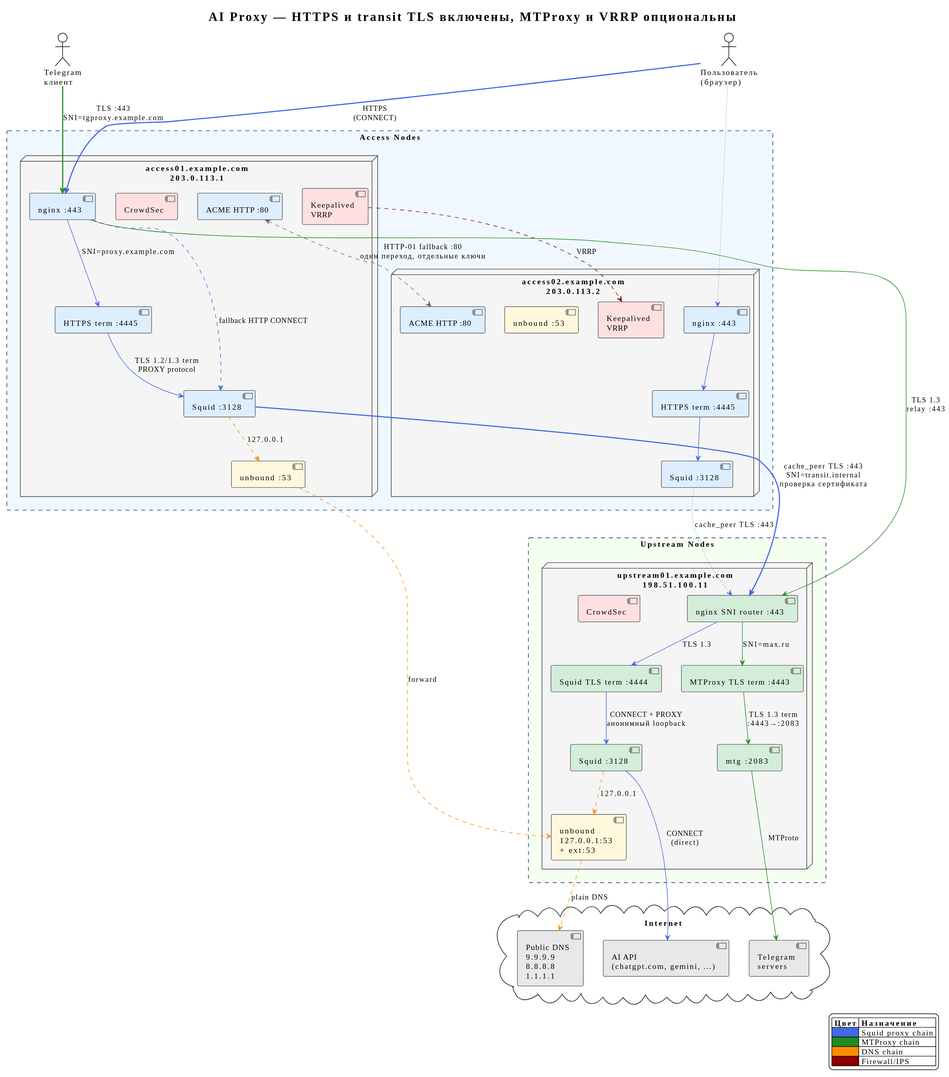
Above: Servers/deploy/diagrams/README-deployment.svg in demofly/ai-proxy (PlantUML), before the change.
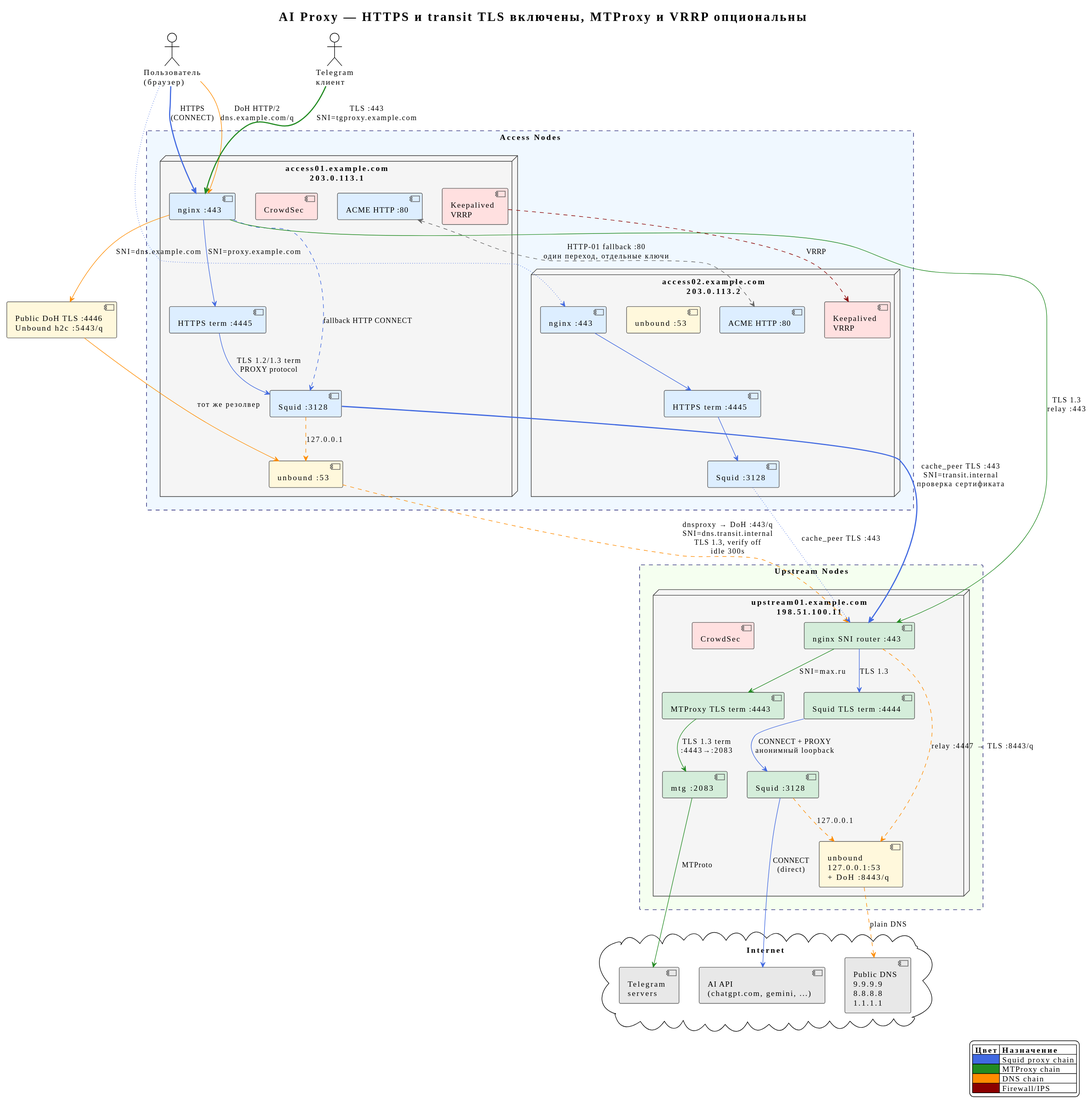
Above is the later version.

Change to the diagram source:
```diff
@@ -65,7 +65,7 @@
         component "MTProxy TLS term :4443" as up_mt_tls #D4EDDA
         component "Squid :3128" as up_squid #D4EDDA
         component "mtg :2083" as up_mtg #D4EDDA
-        component "unbound\n127.0.0.1:53\n+ ext:53" as up_dns #FFF8DC
+        component "unbound\n127.0.0.1:53\n+ DoH :8443/q" as up_dns #FFF8DC
         component "CrowdSec" as up_cs #FFE0E0
     }
 }
@@ -85,8 +85,13 @@
 up_mt_tls -[#228B22]-> up_mtg : TLS 1.3 term\n:4443→:2083
 up_mtg -[#228B22]-> tgsrv : MTProto
 
+component "Public DoH TLS :4446\nUnbound h2c :5443/q" as acc_doh #FFF8DC
+user -[#FF8C00]-> acc_nginx : DoH HTTP/2\ndns.example.com/q
+acc_nginx -[#FF8C00]-> acc_doh : SNI=dns.example.com
+acc_doh -[#FF8C00]-> acc_dns : тот же резолвер
 acc_squid -[#FF8C00,dashed]-> acc_dns : 127.0.0.1
-acc_dns -[#FF8C00,dashed]-> up_dns : forward
+acc_dns -[#FF8C00,dashed]-> up_nginx : dnsproxy → DoH :443/q\nSNI=dns.transit.internal\nTLS 1.3, verify off\nidle 300s
+up_nginx -[#FF8C00,dashed]-> up_dns : relay :4447 → TLS :8443/q
 up_squid -[#FF8C00,dashed]-> up_dns : 127.0.0.1
 up_dns -[#FF8C00,dashed]-> pubdns : plain DNS
 
```
